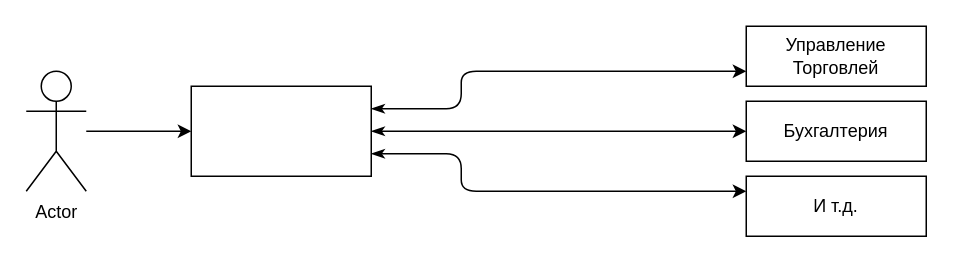
The draw.io diagram Диаграмма без названия.drawio in Evgenion47/universityProjects, before the edit. Source tidied: cells renumbered, new cells numbered last; positions are measured from the earlier drawing's top-left corner, leaving out a move shared by most shapes. Both pictures are drawn from the tidied source at 150%, with x=0, y=0 at pixel (26, 26).
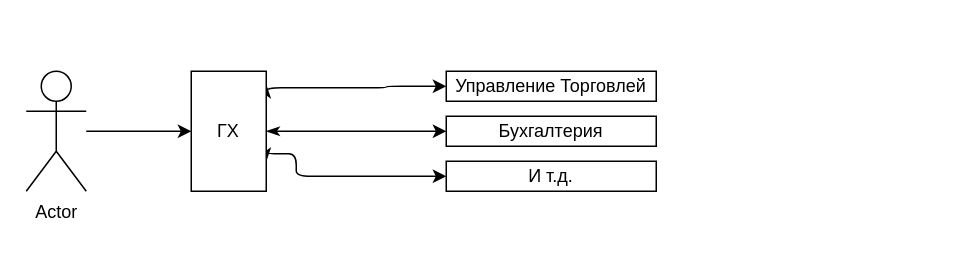
Above is the later version.

What changed in the source:
```diff
@@
 <mxGraphModel>
   <root>
     <mxCell id="0" />
     <mxCell id="1" parent="0" />
     <mxCell id="2" style="edgeStyle=orthogonalEdgeStyle;rounded=0;jettySize=auto;html=1;entryX=0;entryY=0.5;entryDx=0;entryDy=0;" parent="1" edge="1" source="3" target="7">
       <mxGeometry relative="1" as="geometry" />
     </mxCell>
     <mxCell id="3" value="Actor" style="shape=umlActor;verticalLabelPosition=bottom;verticalAlign=top;html=1;outlineConnect=0;" parent="1" vertex="1">
       <mxGeometry y="30" width="40" height="80" as="geometry" />
     </mxCell>
-    <mxCell id="4" style="edgeStyle=orthogonalEdgeStyle;rounded=1;jettySize=auto;html=1;exitX=1;exitY=0.75;exitDx=0;exitDy=0;entryX=0;entryY=0.25;entryDx=0;entryDy=0;startArrow=classicThin;startFill=1;" parent="1" edge="1" source="7" target="10">
+    <mxCell id="4" style="edgeStyle=orthogonalEdgeStyle;rounded=1;jettySize=auto;html=1;exitX=1;exitY=0.75;exitDx=0;exitDy=0;startArrow=classicThin;startFill=1;entryX=0;entryY=0.5;entryDx=0;entryDy=0;" parent="1" edge="1" source="7" target="10">
       <mxGeometry relative="1" as="geometry">
         <Array as="points">
-          <mxPoint x="290" y="85" />
-          <mxPoint x="290" y="110" />
+          <mxPoint x="180" y="85" />
+          <mxPoint x="180" y="100" />
         </Array>
       </mxGeometry>
     </mxCell>
     <mxCell id="5" style="edgeStyle=orthogonalEdgeStyle;rounded=0;jettySize=auto;html=1;exitX=1;exitY=0.5;exitDx=0;exitDy=0;entryX=0;entryY=0.5;entryDx=0;entryDy=0;startArrow=classicThin;startFill=1;" parent="1" edge="1" source="7" target="9">
       <mxGeometry relative="1" as="geometry" />
     </mxCell>
-    <mxCell id="6" style="edgeStyle=orthogonalEdgeStyle;jettySize=auto;html=1;exitX=1;exitY=0.25;exitDx=0;exitDy=0;entryX=0;entryY=0.75;entryDx=0;entryDy=0;strokeColor=default;rounded=1;startArrow=classicThin;startFill=1;" parent="1" edge="1" source="7" target="8">
+    <mxCell id="6" style="edgeStyle=orthogonalEdgeStyle;jettySize=auto;html=1;strokeColor=default;rounded=1;startArrow=classicThin;startFill=1;entryX=0;entryY=0.5;entryDx=0;entryDy=0;exitX=1;exitY=0.113;exitDx=0;exitDy=0;exitPerimeter=0;" parent="1" edge="1" source="7" target="8">
       <mxGeometry relative="1" as="geometry">
         <Array as="points">
-          <mxPoint x="290" y="55" />
-          <mxPoint x="290" y="30" />
+          <mxPoint x="160" y="41" />
+          <mxPoint x="240" y="41" />
+          <mxPoint x="240" y="40" />
         </Array>
       </mxGeometry>
     </mxCell>
-    <mxCell id="7" style="rounded=0;whiteSpace=wrap;html=1;" parent="1" vertex="1">
-      <mxGeometry x="110" y="40" width="120" height="60" as="geometry" />
+    <mxCell id="7" value="ГХ" style="rounded=0;whiteSpace=wrap;html=1;" parent="1" vertex="1">
+      <mxGeometry x="110" y="30" width="50" height="80" as="geometry" />
     </mxCell>
     <mxCell id="8" value="Управление Торговлей" style="rounded=0;whiteSpace=wrap;html=1;" parent="1" vertex="1">
-      <mxGeometry x="480" width="120" height="40" as="geometry" />
+      <mxGeometry x="280" y="30" width="140" height="20" as="geometry" />
     </mxCell>
     <mxCell id="9" value="Бухгалтерия" style="rounded=0;whiteSpace=wrap;html=1;" parent="1" vertex="1">
-      <mxGeometry x="480" y="50" width="120" height="40" as="geometry" />
+      <mxGeometry x="280" y="60" width="140" height="20" as="geometry" />
     </mxCell>
     <mxCell id="10" value="И т.д." style="rounded=0;whiteSpace=wrap;html=1;" parent="1" vertex="1">
-      <mxGeometry x="480" y="100" width="120" height="40" as="geometry" />
+      <mxGeometry x="280" y="90" width="140" height="20" as="geometry" />
     </mxCell>
   </root>
 </mxGraphModel>
```
